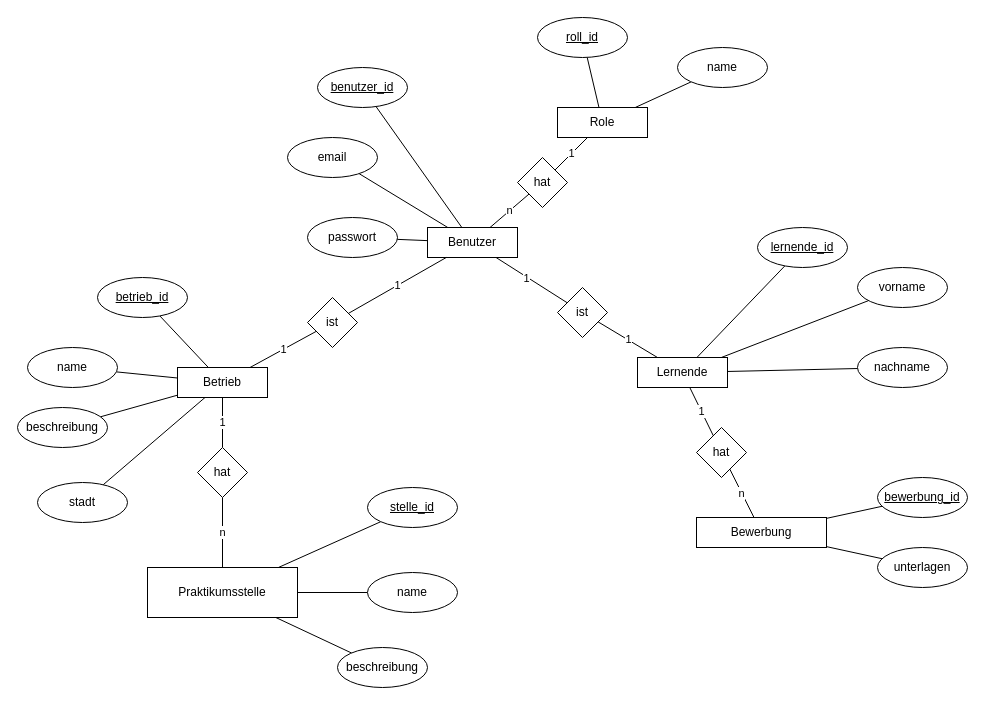
binhpham199x/praktikumsboerse keeps this draw.io diagram as docs/ER-diagram.drawio. Above is the earlier version. Source tidied: cells renumbered, new cells numbered last; positions are measured from the earlier drawing's top-left corner, leaving out a move shared by most shapes. Both pictures are drawn from the tidied source at 100%, with x=0, y=0 at pixel (17, 17).
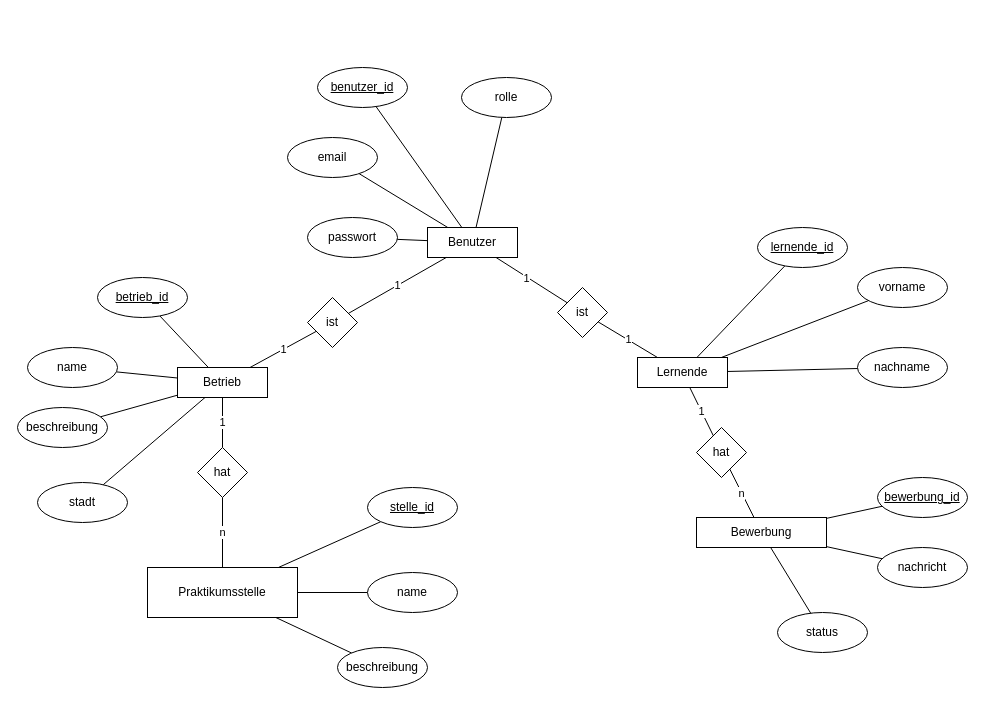
After the change.

Commit message:
docs: adjust ERD

Unchanged cells that the change refers to:
```xml
<mxCell id="8" value="Benutzer" style="rounded=0;whiteSpace=wrap;html=1;" parent="1" vertex="1">
  <mxGeometry x="410" y="210" width="90" height="30" as="geometry" />
</mxCell>
<mxCell id="52" value="Bewerbung" style="rounded=0;whiteSpace=wrap;html=1;" parent="1" vertex="1">
  <mxGeometry x="679" y="500" width="130" height="30" as="geometry" />
</mxCell>
```

Diff of the diagram source:
```diff
@@
-    <mxCell id="5" value="n" style="edgeStyle=none;html=1;endArrow=none;endFill=0;" parent="1" edge="1" source="8" target="18">
-      <mxGeometry relative="1" as="geometry" />
-    </mxCell>
@@
+    <mxCell id="58" style="edgeStyle=none;html=1;endArrow=none;endFill=0;" parent="1" edge="1" source="8" target="59">
+      <mxGeometry relative="1" as="geometry" />
+    </mxCell>
@@
-    <mxCell id="12" style="edgeStyle=none;html=1;endArrow=none;endFill=0;" parent="1" edge="1" source="14" target="15">
-      <mxGeometry relative="1" as="geometry" />
-    </mxCell>
-    <mxCell id="13" style="edgeStyle=none;html=1;endArrow=none;endFill=0;" parent="1" edge="1" source="14" target="16">
-      <mxGeometry relative="1" as="geometry" />
-    </mxCell>
-    <mxCell id="14" value="Role" style="rounded=0;whiteSpace=wrap;html=1;" parent="1" vertex="1">
-      <mxGeometry x="540" y="90" width="90" height="30" as="geometry" />
-    </mxCell>
-    <mxCell id="15" value="roll_id" style="ellipse;whiteSpace=wrap;html=1;fontStyle=4;" parent="1" vertex="1">
-      <mxGeometry x="520" width="90" height="40" as="geometry" />
-    </mxCell>
-    <mxCell id="16" value="name" style="ellipse;whiteSpace=wrap;html=1;" parent="1" vertex="1">
-      <mxGeometry x="660" y="30" width="90" height="40" as="geometry" />
-    </mxCell>
-    <mxCell id="17" value="1" style="edgeStyle=none;html=1;endArrow=none;endFill=0;" parent="1" edge="1" source="18" target="14">
-      <mxGeometry relative="1" as="geometry" />
+    <mxCell id="17" value="1" style="edgeStyle=none;html=1;endArrow=none;endFill=0;" parent="1" edge="1">
+      <mxGeometry relative="1" as="geometry">
+        <mxPoint x="537.5" y="152.5" as="sourcePoint" />
+      </mxGeometry>
     </mxCell>
-    <mxCell id="18" value="hat" style="rhombus;whiteSpace=wrap;html=1;" parent="1" vertex="1">
-      <mxGeometry x="500" y="140" width="50" height="50" as="geometry" />
-    </mxCell>
@@
-    <mxCell id="54" value="unterlagen" style="ellipse;whiteSpace=wrap;html=1;" parent="1" vertex="1">
+    <mxCell id="54" value="nachricht" style="ellipse;whiteSpace=wrap;html=1;" parent="1" vertex="1">
       <mxGeometry x="860" y="530" width="90" height="40" as="geometry" />
     </mxCell>
@@
+    <mxCell id="59" value="rolle" style="ellipse;whiteSpace=wrap;html=1;" parent="1" vertex="1">
+      <mxGeometry x="444" y="60" width="90" height="40" as="geometry" />
+    </mxCell>
+    <mxCell id="60" value="status" style="ellipse;whiteSpace=wrap;html=1;" parent="1" vertex="1">
+      <mxGeometry x="760" y="595" width="90" height="40" as="geometry" />
+    </mxCell>
+    <mxCell id="61" style="edgeStyle=none;html=1;endArrow=none;endFill=0;" parent="1" edge="1" source="52" target="60">
+      <mxGeometry relative="1" as="geometry" />
+    </mxCell>
```
